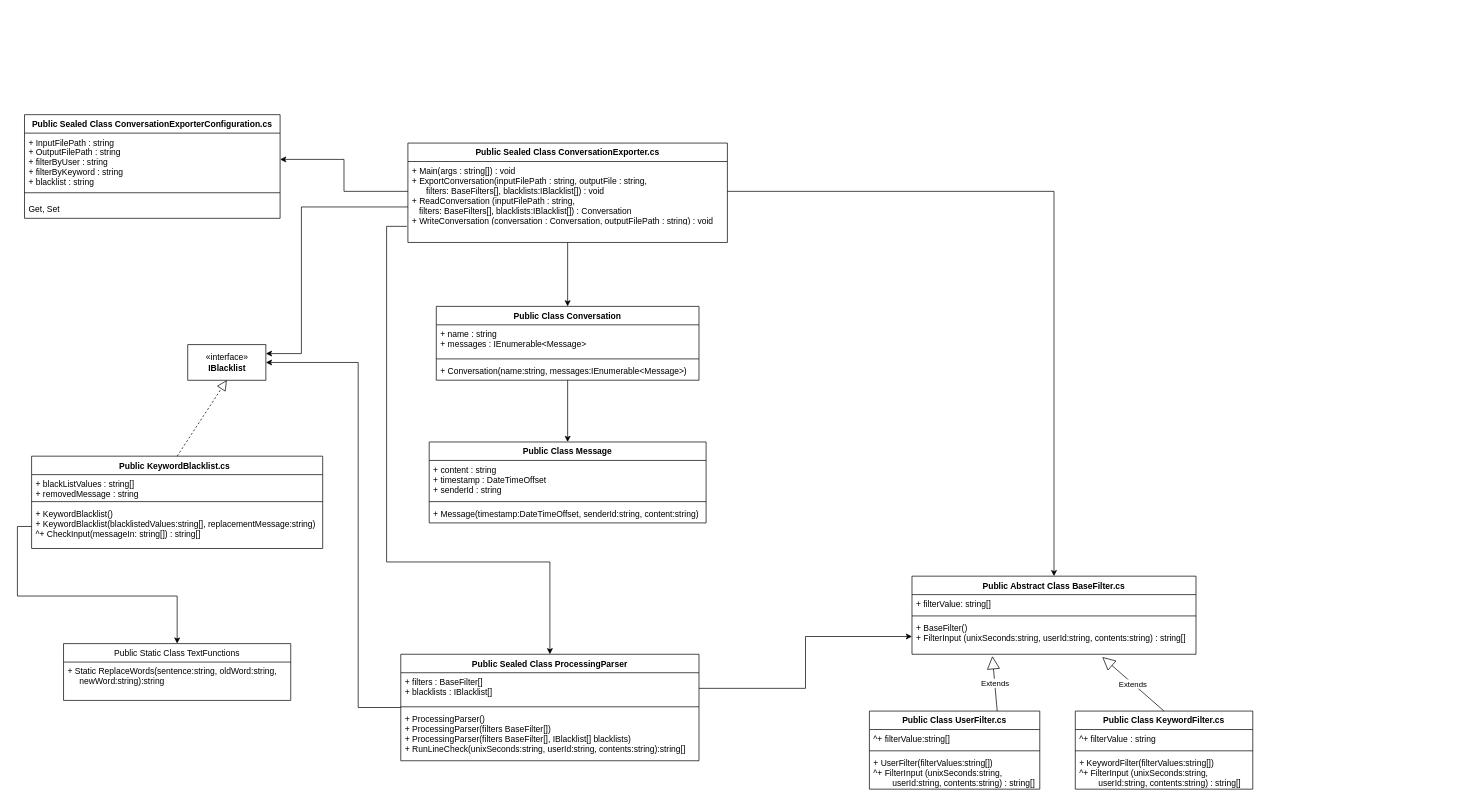
Earlier version of the draw.io diagram MyChat UML.drawio (mindlink/my-chat-dotnet). Source tidied: cells renumbered, new cells numbered last; positions are measured from the earlier drawing's top-left corner, leaving out a move shared by most shapes. Both pictures are drawn from the tidied source at 71%, with x=0, y=0 at pixel (24, 114).
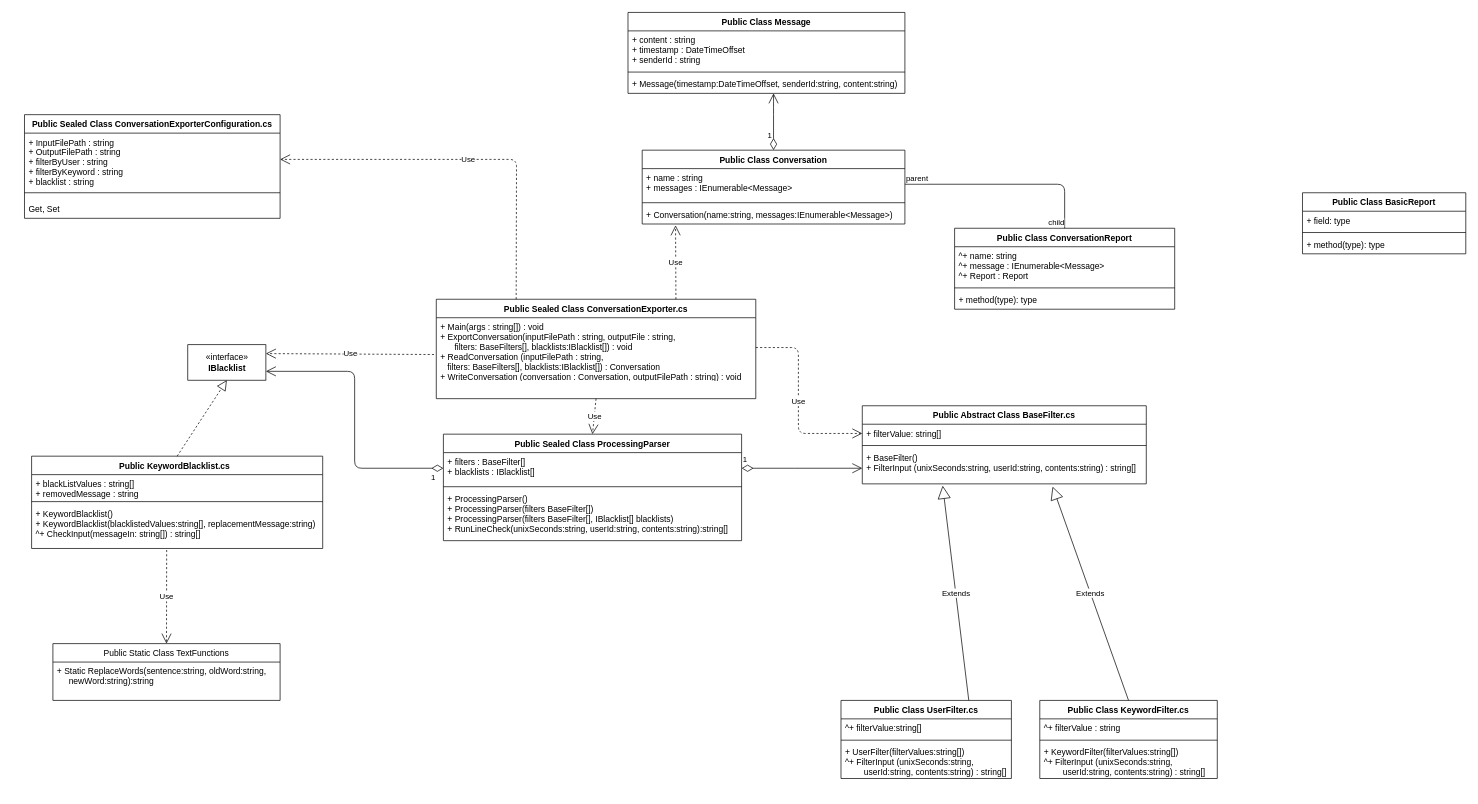
After the change.

Unchanged cells that the change refers to:
```xml
<mxCell id="3" value="+ InputFilePath : string&#10;+ OutputFilePath : string&#10;+ filterByUser : string&#10;+ filterByKeyword : string&#10;+ blacklist : string" style="text;strokeColor=none;fillColor=none;align=left;verticalAlign=top;spacingLeft=4;spacingRight=4;overflow=hidden;points=[[0,0.5],[1,0.5]];portConstraint=eastwest;" parent="2" vertex="1">
  <mxGeometry y="26" width="360" height="74" as="geometry" />
</mxCell>
<mxCell id="11" value="+ name : string&#10;+ messages : IEnumerable&lt;Message&gt;" style="text;strokeColor=none;fillColor=none;align=left;verticalAlign=top;spacingLeft=4;spacingRight=4;overflow=hidden;points=[[0,0.5],[1,0.5]];portConstraint=eastwest;" parent="10" vertex="1">
  <mxGeometry y="26" width="370" height="44" as="geometry" />
</mxCell>
<mxCell id="13" value="+ Conversation(name:string, messages:IEnumerable&lt;Message&gt;)" style="text;strokeColor=none;fillColor=none;align=left;verticalAlign=top;spacingLeft=4;spacingRight=4;overflow=hidden;points=[[0,0.5],[1,0.5]];portConstraint=eastwest;" parent="10" vertex="1">
  <mxGeometry y="78" width="370" height="26" as="geometry" />
</mxCell>
<mxCell id="17" value="+ Message(timestamp:DateTimeOffset, senderId:string, content:string)" style="text;strokeColor=none;fillColor=none;align=left;verticalAlign=top;spacingLeft=4;spacingRight=4;overflow=hidden;points=[[0,0.5],[1,0.5]];portConstraint=eastwest;" parent="14" vertex="1">
  <mxGeometry y="88" width="390" height="26" as="geometry" />
</mxCell>
<mxCell id="23" value="+ filterValue: string[]" style="text;strokeColor=none;fillColor=none;align=left;verticalAlign=top;spacingLeft=4;spacingRight=4;overflow=hidden;points=[[0,0.5],[1,0.5]];portConstraint=eastwest;" parent="22" vertex="1">
  <mxGeometry y="26" width="400" height="26" as="geometry" />
</mxCell>
<mxCell id="25" value="+ BaseFilter()&#10;+ FilterInput (unixSeconds:string, userId:string, contents:string) : string[]" style="text;strokeColor=none;fillColor=none;align=left;verticalAlign=top;spacingLeft=4;spacingRight=4;overflow=hidden;points=[[0,0.5],[1,0.5]];portConstraint=eastwest;" parent="22" vertex="1">
  <mxGeometry y="60" width="400" height="50" as="geometry" />
</mxCell>
<mxCell id="39" value="+ KeywordBlacklist()&#10;+ KeywordBlacklist(blacklistedValues:string[], replacementMessage:string)&#10;^+ CheckInput(messageIn: string[]) : string[]" style="text;strokeColor=none;fillColor=none;align=left;verticalAlign=top;spacingLeft=4;spacingRight=4;overflow=hidden;points=[[0,0.5],[1,0.5]];portConstraint=eastwest;" parent="36" vertex="1">
  <mxGeometry y="68" width="410" height="62" as="geometry" />
</mxCell>
<mxCell id="40" value="«interface»&lt;br&gt;&lt;b&gt;IBlacklist&lt;/b&gt;" style="html=1;" parent="1" vertex="1">
  <mxGeometry x="230" y="324" width="110" height="50" as="geometry" />
</mxCell>
<mxCell id="44" value="+ filters : BaseFilter[]&#10;+ blacklists : IBlacklist[]" style="text;strokeColor=none;fillColor=none;align=left;verticalAlign=top;spacingLeft=4;spacingRight=4;overflow=hidden;points=[[0,0.5],[1,0.5]];portConstraint=eastwest;" parent="43" vertex="1">
  <mxGeometry y="26" width="420" height="44" as="geometry" />
</mxCell>
```

Diff of the diagram source:
```diff
@@
-    <mxCell id="6" style="edgeStyle=orthogonalEdgeStyle;rounded=0;jettySize=auto;html=1;entryX=0.5;entryY=0;entryDx=0;entryDy=0;" parent="1" edge="1" source="8" target="10">
-      <mxGeometry relative="1" as="geometry" />
-    </mxCell>
-    <mxCell id="7" style="edgeStyle=orthogonalEdgeStyle;rounded=0;jettySize=auto;html=1;entryX=0.5;entryY=0;entryDx=0;entryDy=0;exitX=-0.003;exitY=1.087;exitDx=0;exitDy=0;exitPerimeter=0;" parent="1" edge="1" source="21" target="43">
-      <mxGeometry relative="1" as="geometry">
-        <Array as="points">
-          <mxPoint x="510" y="157" />
-          <mxPoint x="510" y="630" />
-          <mxPoint x="740" y="630" />
-        </Array>
-      </mxGeometry>
-    </mxCell>
     <mxCell id="8" value="Public Sealed Class ConversationExporter.cs" style="swimlane;fontStyle=1;align=center;verticalAlign=top;horizontal=1;startSize=26;" parent="1" vertex="1">
-      <mxGeometry x="540" y="40" width="450" height="140" as="geometry" />
+      <mxGeometry x="580" y="260" width="450" height="140" as="geometry" />
     </mxCell>
-    <mxCell id="9" style="edgeStyle=orthogonalEdgeStyle;rounded=0;jettySize=auto;html=1;entryX=0.5;entryY=0;entryDx=0;entryDy=0;" parent="1" edge="1" source="10" target="14">
-      <mxGeometry relative="1" as="geometry" />
-    </mxCell>
     <mxCell id="10" value="Public Class Conversation" style="swimlane;fontStyle=1;align=center;verticalAlign=top;horizontal=1;startSize=26;" parent="1" vertex="1">
-      <mxGeometry x="580" y="270" width="370" height="104" as="geometry" />
+      <mxGeometry x="870" y="50" width="370" height="104" as="geometry" />
     </mxCell>
@@
     <mxCell id="14" value="Public Class Message" style="swimlane;fontStyle=1;align=center;verticalAlign=top;horizontal=1;startSize=26;" parent="1" vertex="1">
-      <mxGeometry x="570" y="461" width="390" height="114" as="geometry" />
+      <mxGeometry x="850" y="-144" width="390" height="114" as="geometry" />
     </mxCell>
@@
-    <mxCell id="18" style="edgeStyle=orthogonalEdgeStyle;rounded=0;jettySize=auto;html=1;entryX=1;entryY=0.5;entryDx=0;entryDy=0;" parent="1" edge="1" source="21" target="3">
-      <mxGeometry relative="1" as="geometry" />
-    </mxCell>
-    <mxCell id="19" style="edgeStyle=orthogonalEdgeStyle;rounded=0;jettySize=auto;html=1;entryX=0.5;entryY=0;entryDx=0;entryDy=0;" parent="1" edge="1" source="21" target="22">
-      <mxGeometry relative="1" as="geometry" />
-    </mxCell>
-    <mxCell id="20" style="edgeStyle=orthogonalEdgeStyle;rounded=0;jettySize=auto;html=1;entryX=1;entryY=0.25;entryDx=0;entryDy=0;" parent="1" edge="1" source="21" target="40">
-      <mxGeometry relative="1" as="geometry">
-        <Array as="points">
-          <mxPoint x="390" y="130" />
-          <mxPoint x="390" y="337" />
-        </Array>
-      </mxGeometry>
-    </mxCell>
     <mxCell id="21" value="+ Main(args : string[]) : void&#10;+ ExportConversation(inputFilePath : string, outputFile : string, &#10;      filters: BaseFilters[], blacklists:IBlacklist[]) : void&#10;+ ReadConversation (inputFilePath : string,&#10;   filters: BaseFilters[], blacklists:IBlacklist[]) : Conversation&#10;+ WriteConversation (conversation : Conversation, outputFilePath : string) : void" style="text;strokeColor=none;fillColor=none;align=left;verticalAlign=top;spacingLeft=4;spacingRight=4;overflow=hidden;points=[[0,0.5],[1,0.5]];portConstraint=eastwest;" parent="1" vertex="1">
-      <mxGeometry x="540" y="66" width="450" height="84" as="geometry" />
+      <mxGeometry x="580" y="286" width="450" height="84" as="geometry" />
     </mxCell>
     <mxCell id="22" value="Public Abstract Class BaseFilter.cs" style="swimlane;fontStyle=1;align=center;verticalAlign=top;horizontal=1;startSize=26;" parent="1" vertex="1">
-      <mxGeometry x="1250" y="650" width="400" height="110" as="geometry" />
+      <mxGeometry x="1180" y="410" width="400" height="110" as="geometry" />
     </mxCell>
@@
     <mxCell id="26" value="Public Class UserFilter.cs" style="swimlane;fontStyle=1;align=center;verticalAlign=top;horizontal=1;startSize=26;" parent="1" vertex="1">
-      <mxGeometry x="1190" y="840" width="240" height="110" as="geometry" />
+      <mxGeometry x="1150" y="825" width="240" height="110" as="geometry" />
     </mxCell>
@@
     <mxCell id="31" value="Public Class KeywordFilter.cs" style="swimlane;fontStyle=1;align=center;verticalAlign=top;horizontal=1;startSize=26;" parent="1" vertex="1">
-      <mxGeometry x="1480" y="840" width="250" height="110" as="geometry" />
+      <mxGeometry x="1430" y="825" width="250" height="110" as="geometry" />
     </mxCell>
@@
-    <mxCell id="42" style="edgeStyle=orthogonalEdgeStyle;rounded=0;jettySize=auto;html=1;entryX=1;entryY=0.5;entryDx=0;entryDy=0;" parent="1" edge="1" source="43" target="40">
-      <mxGeometry relative="1" as="geometry">
-        <Array as="points">
-          <mxPoint x="470" y="835" />
-          <mxPoint x="470" y="349" />
-        </Array>
-      </mxGeometry>
-    </mxCell>
     <mxCell id="43" value="Public Sealed Class ProcessingParser" style="swimlane;fontStyle=1;align=center;verticalAlign=top;horizontal=1;startSize=26;" parent="1" vertex="1">
-      <mxGeometry x="530" y="760" width="420" height="150" as="geometry" />
+      <mxGeometry x="590" y="450" width="420" height="150" as="geometry" />
     </mxCell>
@@
     <mxCell id="47" value="Public Static Class TextFunctions" style="swimlane;fontStyle=0;horizontal=1;startSize=26;fillColor=none;" parent="1" vertex="1">
-      <mxGeometry x="55" y="745" width="320" height="80" as="geometry" />
+      <mxGeometry x="40" y="745" width="320" height="80" as="geometry" />
     </mxCell>
@@
+    <mxCell id="51" value="Public Class ConversationReport" style="swimlane;fontStyle=1;align=center;verticalAlign=top;horizontal=1;startSize=26;" parent="1" vertex="1">
+      <mxGeometry x="1310" y="160" width="310" height="114" as="geometry" />
+    </mxCell>
+    <mxCell id="52" value="^+ name: string&#10;^+ message : IEnumerable&lt;Message&gt;&#10;^+ Report : Report" style="text;strokeColor=none;fillColor=none;align=left;verticalAlign=top;spacingLeft=4;spacingRight=4;overflow=hidden;" parent="51" vertex="1">
+      <mxGeometry y="26" width="310" height="54" as="geometry" />
+    </mxCell>
+    <mxCell id="53" style="line;strokeWidth=1;fillColor=none;align=left;verticalAlign=middle;spacingTop=-1;spacingLeft=3;spacingRight=3;labelPosition=right;" parent="51" vertex="1">
+      <mxGeometry y="80" width="310" height="8" as="geometry" />
+    </mxCell>
+    <mxCell id="54" value="+ method(type): type" style="text;strokeColor=none;fillColor=none;align=left;verticalAlign=top;spacingLeft=4;spacingRight=4;overflow=hidden;" parent="51" vertex="1">
+      <mxGeometry y="88" width="310" height="26" as="geometry" />
+    </mxCell>
+    <mxCell id="55" style="endArrow=none;html=1;edgeStyle=orthogonalEdgeStyle;exitX=1;exitY=0.5;exitDx=0;exitDy=0;entryX=0.5;entryY=0;entryDx=0;entryDy=0;" parent="1" edge="1" source="11" target="51">
+      <mxGeometry relative="1" as="geometry" />
+    </mxCell>
+    <mxCell id="56" value="parent" style="edgeLabel;html=1;align=left;verticalAlign=bottom;" parent="55" vertex="1">
+      <mxGeometry x="-1" relative="1" as="geometry" />
+    </mxCell>
+    <mxCell id="57" value="child" style="edgeLabel;html=1;align=right;verticalAlign=bottom;" parent="55" vertex="1">
+      <mxGeometry x="1" relative="1" as="geometry" />
+    </mxCell>
+    <mxCell id="58" value="Use" style="endArrow=open;endSize=12;dashed=1;html=1;entryX=1;entryY=0.5;entryDx=0;entryDy=0;exitX=0.25;exitY=0;exitDx=0;exitDy=0;" parent="1" edge="1" source="8" target="3">
+      <mxGeometry relative="1" as="geometry">
+        <Array as="points">
+          <mxPoint x="693" y="63" />
+        </Array>
+      </mxGeometry>
+    </mxCell>
+    <mxCell id="20" value="Use" style="endArrow=open;endSize=12;dashed=1;html=1;exitX=-0.007;exitY=0.617;exitDx=0;exitDy=0;entryX=1;entryY=0.25;entryDx=0;entryDy=0;exitPerimeter=0;" parent="1" edge="1" source="21" target="40">
+      <mxGeometry relative="1" as="geometry" />
+    </mxCell>
-    <mxCell id="49" style="edgeStyle=orthogonalEdgeStyle;rounded=0;jettySize=auto;html=1;exitX=0;exitY=0.5;exitDx=0;exitDy=0;entryX=0.5;entryY=0;entryDx=0;entryDy=0;" parent="1" edge="1" source="39" target="47">
+    <mxCell id="49" value="Use" style="endArrow=open;endSize=12;dashed=1;html=1;exitX=0.464;exitY=1.034;exitDx=0;exitDy=0;exitPerimeter=0;entryX=0.5;entryY=0;entryDx=0;entryDy=0;" parent="1" edge="1" source="39" target="47">
       <mxGeometry relative="1" as="geometry" />
     </mxCell>
-    <mxCell id="50" style="edgeStyle=orthogonalEdgeStyle;rounded=0;jettySize=auto;html=1;entryX=0;entryY=0.5;entryDx=0;entryDy=0;" parent="1" edge="1" source="44" target="25">
-      <mxGeometry relative="1" as="geometry">
-        <Array as="points">
-          <mxPoint x="1100" y="808" />
-          <mxPoint x="1100" y="735" />
-        </Array>
-      </mxGeometry>
-    </mxCell>
+    <mxCell id="59" value="Use" style="endArrow=open;endSize=12;dashed=1;html=1;exitX=0.5;exitY=1;exitDx=0;exitDy=0;entryX=0.5;entryY=0;entryDx=0;entryDy=0;" parent="1" edge="1" source="8" target="43">
+      <mxGeometry relative="1" as="geometry" />
+    </mxCell>
+    <mxCell id="60" value="1" style="endArrow=open;html=1;endSize=12;startArrow=diamondThin;startSize=14;startFill=0;edgeStyle=orthogonalEdgeStyle;align=left;verticalAlign=bottom;exitX=0.5;exitY=0;exitDx=0;exitDy=0;" parent="1" edge="1" source="10" target="17">
+      <mxGeometry x="-0.75" y="10" relative="1" as="geometry">
+        <Array as="points">
+          <mxPoint x="1055" y="-10" />
+          <mxPoint x="1055" y="-10" />
+        </Array>
+        <mxPoint y="-1" as="offset" />
+      </mxGeometry>
+    </mxCell>
+    <mxCell id="61" value="Use" style="endArrow=open;endSize=12;dashed=1;html=1;exitX=1;exitY=0.5;exitDx=0;exitDy=0;entryX=0;entryY=0.5;entryDx=0;entryDy=0;" parent="1" edge="1" source="21" target="23">
+      <mxGeometry relative="1" as="geometry">
+        <Array as="points">
+          <mxPoint x="1090" y="328" />
+          <mxPoint x="1090" y="449" />
+        </Array>
+      </mxGeometry>
+    </mxCell>
+    <mxCell id="62" value="Use" style="endArrow=open;endSize=12;dashed=1;html=1;exitX=0.75;exitY=0;exitDx=0;exitDy=0;entryX=0.127;entryY=1.072;entryDx=0;entryDy=0;entryPerimeter=0;" parent="1" edge="1" source="8" target="13">
+      <mxGeometry relative="1" as="geometry" />
+    </mxCell>
+    <mxCell id="63" value="1" style="endArrow=open;html=1;endSize=12;startArrow=diamondThin;startSize=14;startFill=0;edgeStyle=orthogonalEdgeStyle;align=left;verticalAlign=bottom;entryX=1;entryY=0.75;entryDx=0;entryDy=0;exitX=0;exitY=0.5;exitDx=0;exitDy=0;" parent="1" edge="1" source="44" target="40">
+      <mxGeometry x="-0.9" y="22" relative="1" as="geometry" />
+    </mxCell>
+    <mxCell id="64" value="1" style="endArrow=open;html=1;endSize=12;startArrow=diamondThin;startSize=14;startFill=0;edgeStyle=orthogonalEdgeStyle;align=left;verticalAlign=bottom;exitX=1;exitY=0.5;exitDx=0;exitDy=0;" parent="1" edge="1" source="44">
+      <mxGeometry x="-1" y="3" relative="1" as="geometry">
+        <mxPoint x="1180" y="498" as="targetPoint" />
+      </mxGeometry>
+    </mxCell>
+    <mxCell id="65" value="Public Class BasicReport" style="swimlane;fontStyle=1;align=center;verticalAlign=top;horizontal=1;startSize=26;" parent="1" vertex="1">
+      <mxGeometry x="1800" y="110" width="230" height="86" as="geometry" />
+    </mxCell>
+    <mxCell id="66" value="+ field: type" style="text;strokeColor=none;fillColor=none;align=left;verticalAlign=top;spacingLeft=4;spacingRight=4;overflow=hidden;" parent="65" vertex="1">
+      <mxGeometry y="26" width="230" height="26" as="geometry" />
+    </mxCell>
+    <mxCell id="67" style="line;strokeWidth=1;fillColor=none;align=left;verticalAlign=middle;spacingTop=-1;spacingLeft=3;spacingRight=3;labelPosition=right;" parent="65" vertex="1">
+      <mxGeometry y="52" width="230" height="8" as="geometry" />
+    </mxCell>
+    <mxCell id="68" value="+ method(type): type" style="text;strokeColor=none;fillColor=none;align=left;verticalAlign=top;spacingLeft=4;spacingRight=4;overflow=hidden;" parent="65" vertex="1">
+      <mxGeometry y="60" width="230" height="26" as="geometry" />
+    </mxCell>
```
